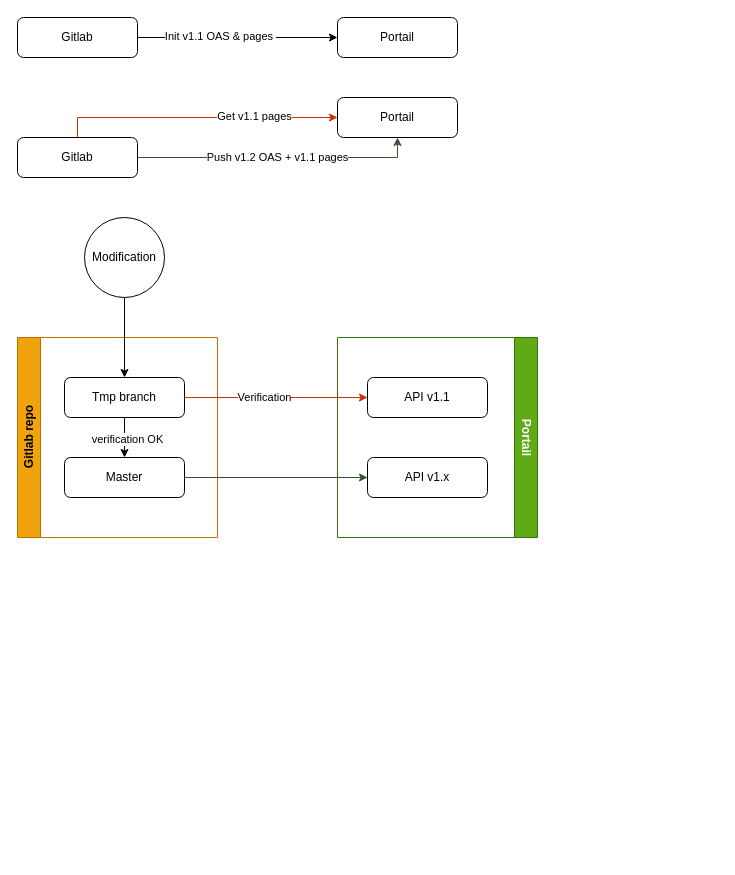
The draw.io diagram page "Page-3" (3 of 3) of Pronovix-cicd-implementation.drawio in 41M3/draw.io, before the edit. Source tidied: cells renumbered, new cells numbered last; positions are measured from the earlier drawing's top-left corner, leaving out a move shared by most shapes. Both pictures are drawn from the tidied source at 100%, with x=0, y=0 at pixel (17, 17).
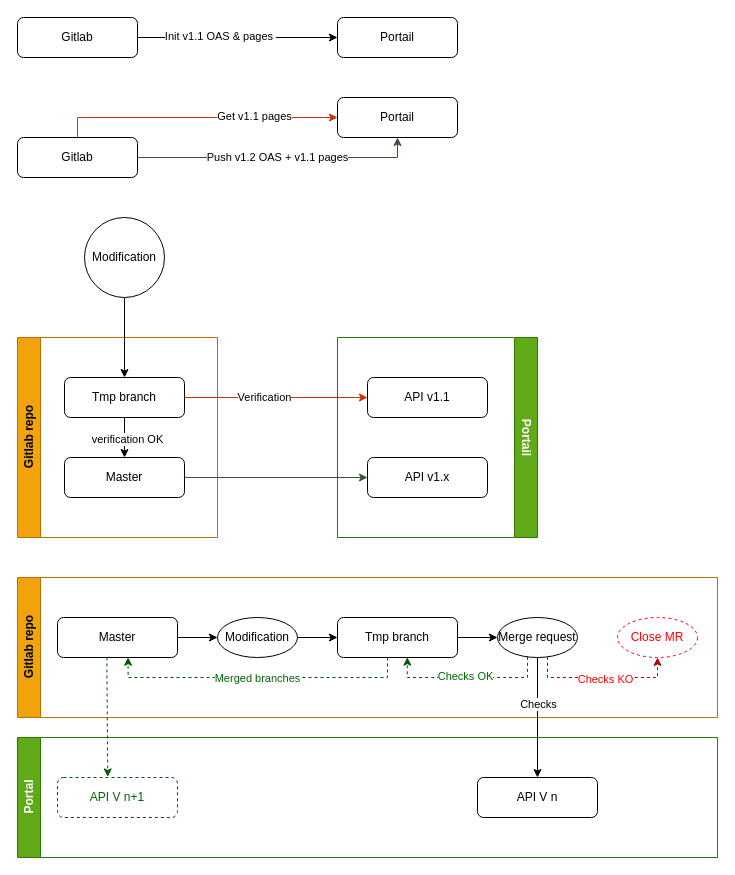
The same diagram, later.

Commit message:
Mettre à jour Pronovix-cicd-implementation.drawio

Diff of the diagram source:
```diff
@@
+    <mxCell id="24" value="Gitlab repo" style="swimlane;horizontal=0;whiteSpace=wrap;html=1;fillColor=#f0a30a;fontColor=#000000;strokeColor=#BD7000;" parent="1" vertex="1">
+      <mxGeometry y="560" width="700" height="140" as="geometry" />
+    </mxCell>
+    <mxCell id="25" style="edgeStyle=orthogonalEdgeStyle;rounded=0;jettySize=auto;html=1;entryX=0.588;entryY=0.994;entryDx=0;entryDy=0;entryPerimeter=0;dashed=1;fillColor=#008a00;strokeColor=#005700;" parent="24" edge="1" source="28" target="29">
+      <mxGeometry relative="1" as="geometry">
+        <Array as="points">
+          <mxPoint x="370" y="100" />
+          <mxPoint x="110" y="100" />
+          <mxPoint x="110" y="80" />
+        </Array>
+      </mxGeometry>
+    </mxCell>
+    <mxCell id="26" value="Merged branches" style="edgeLabel;html=1;align=center;verticalAlign=middle;fontColor=#006600;" parent="25" vertex="1">
+      <mxGeometry x="0.01" relative="1" as="geometry" />
+    </mxCell>
+    <mxCell id="27" style="edgeStyle=orthogonalEdgeStyle;rounded=0;jettySize=auto;html=1;entryX=0;entryY=0.5;entryDx=0;entryDy=0;" parent="24" edge="1" source="28" target="32">
+      <mxGeometry relative="1" as="geometry" />
+    </mxCell>
+    <mxCell id="28" value="Tmp branch" style="rounded=1;whiteSpace=wrap;html=1;" parent="24" vertex="1">
+      <mxGeometry x="320" y="40" width="120" height="40" as="geometry" />
+    </mxCell>
+    <mxCell id="29" value="Master" style="rounded=1;whiteSpace=wrap;html=1;" parent="24" vertex="1">
+      <mxGeometry x="40" y="40" width="120" height="40" as="geometry" />
+    </mxCell>
+    <mxCell id="30" style="edgeStyle=orthogonalEdgeStyle;rounded=0;jettySize=auto;html=1;entryX=0.582;entryY=0.993;entryDx=0;entryDy=0;entryPerimeter=0;dashed=1;fillColor=#008a00;strokeColor=#005700;" parent="24" edge="1" source="32" target="28">
+      <mxGeometry relative="1" as="geometry">
+        <Array as="points">
+          <mxPoint x="510" y="100" />
+          <mxPoint x="390" y="100" />
+          <mxPoint x="390" y="80" />
+        </Array>
+      </mxGeometry>
+    </mxCell>
+    <mxCell id="31" value="Checks OK" style="edgeLabel;html=1;align=center;verticalAlign=middle;fontColor=#006600;" parent="30" vertex="1">
+      <mxGeometry x="0.03" y="-2" relative="1" as="geometry" />
+    </mxCell>
+    <mxCell id="32" value="Merge request" style="ellipse;whiteSpace=wrap;html=1;" parent="24" vertex="1">
+      <mxGeometry x="480" y="40" width="80" height="40" as="geometry" />
+    </mxCell>
+    <mxCell id="33" style="edgeStyle=orthogonalEdgeStyle;rounded=0;jettySize=auto;html=1;entryX=0;entryY=0.5;entryDx=0;entryDy=0;" parent="1" edge="1" source="34" target="28">
+      <mxGeometry relative="1" as="geometry" />
+    </mxCell>
+    <mxCell id="34" value="Modification" style="ellipse;whiteSpace=wrap;html=1;" parent="1" vertex="1">
+      <mxGeometry x="200" y="600" width="80" height="40" as="geometry" />
+    </mxCell>
+    <mxCell id="35" value="Portal" style="swimlane;horizontal=0;whiteSpace=wrap;html=1;rotation=0;fillColor=#60a917;fontColor=#ffffff;strokeColor=#2D7600;" parent="1" vertex="1">
+      <mxGeometry y="720" width="700" height="120" as="geometry" />
+    </mxCell>
+    <mxCell id="36" value="&lt;font&gt;API V n+1&lt;/font&gt;" style="rounded=1;whiteSpace=wrap;html=1;dashed=1;fillColor=#FFFFFF;fontColor=#006600;strokeColor=#005700;" parent="35" vertex="1">
+      <mxGeometry x="40" y="40" width="120" height="40" as="geometry" />
+    </mxCell>
+    <mxCell id="37" value="API V n" style="rounded=1;whiteSpace=wrap;html=1;" parent="35" vertex="1">
+      <mxGeometry x="460" y="40" width="120" height="40" as="geometry" />
+    </mxCell>
+    <mxCell id="38" style="edgeStyle=orthogonalEdgeStyle;rounded=0;jettySize=auto;html=1;" parent="1" edge="1" source="32">
+      <mxGeometry relative="1" as="geometry">
+        <mxPoint x="520" y="760" as="targetPoint" />
+        <Array as="points">
+          <mxPoint x="520" y="760" />
+        </Array>
+      </mxGeometry>
+    </mxCell>
+    <mxCell id="39" value="Checks" style="edgeLabel;html=1;align=center;verticalAlign=middle;" parent="38" vertex="1">
+      <mxGeometry x="-0.38" y="-1" relative="1" as="geometry">
+        <mxPoint x="1" y="9" as="offset" />
+      </mxGeometry>
+    </mxCell>
+    <mxCell id="40" style="edgeStyle=orthogonalEdgeStyle;rounded=0;jettySize=auto;html=1;entryX=0.419;entryY=-0.014;entryDx=0;entryDy=0;entryPerimeter=0;exitX=0.412;exitY=0.998;exitDx=0;exitDy=0;exitPerimeter=0;dashed=1;fillColor=#008a00;strokeColor=#005700;" parent="1" edge="1" source="29" target="36">
+      <mxGeometry relative="1" as="geometry">
+        <Array as="points">
+          <mxPoint x="89" y="650" />
+          <mxPoint x="90" y="650" />
+        </Array>
+      </mxGeometry>
+    </mxCell>
+    <mxCell id="41" style="edgeStyle=orthogonalEdgeStyle;rounded=0;jettySize=auto;html=1;entryX=0;entryY=0.5;entryDx=0;entryDy=0;" parent="1" edge="1" source="29" target="34">
+      <mxGeometry relative="1" as="geometry" />
+    </mxCell>
+    <mxCell id="42" value="&lt;font color=&quot;#ff0000&quot;&gt;Close MR&lt;/font&gt;" style="ellipse;whiteSpace=wrap;html=1;dashed=1;strokeColor=#FF0000;" parent="1" vertex="1">
+      <mxGeometry x="600" y="600" width="80" height="40" as="geometry" />
+    </mxCell>
+    <mxCell id="43" style="edgeStyle=orthogonalEdgeStyle;rounded=0;jettySize=auto;html=1;entryX=0.5;entryY=1;entryDx=0;entryDy=0;dashed=1;fillColor=#e51400;strokeColor=#B20000;" parent="1" edge="1" source="32" target="42">
+      <mxGeometry relative="1" as="geometry">
+        <Array as="points">
+          <mxPoint x="530" y="660" />
+          <mxPoint x="640" y="660" />
+        </Array>
+      </mxGeometry>
+    </mxCell>
+    <mxCell id="44" value="&lt;font color=&quot;#ff0000&quot;&gt;Checks KO&lt;/font&gt;" style="edgeLabel;html=1;align=center;verticalAlign=middle;" parent="43" vertex="1">
+      <mxGeometry x="0.03" y="-1" relative="1" as="geometry" />
+    </mxCell>
```
